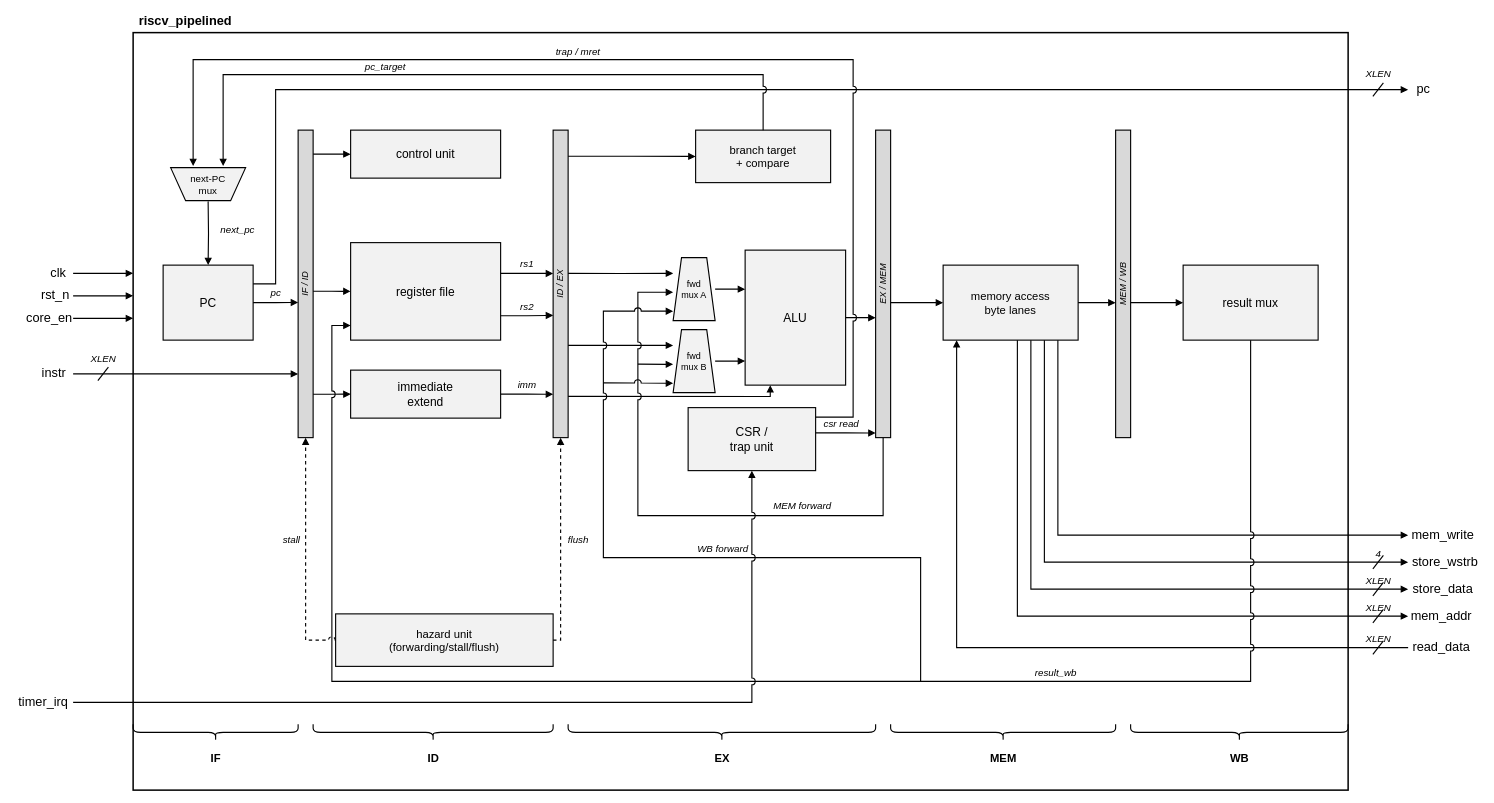
Earlier version of the draw.io diagram docs/pipeline_block.drawio (drewbabel/riscv-pipelined). Source tidied: cells renumbered, new cells numbered last; positions are measured from the earlier drawing's top-left corner, leaving out a move shared by most shapes. Both pictures are drawn from the tidied source at 75%, with x=0, y=0 at pixel (13, 13).
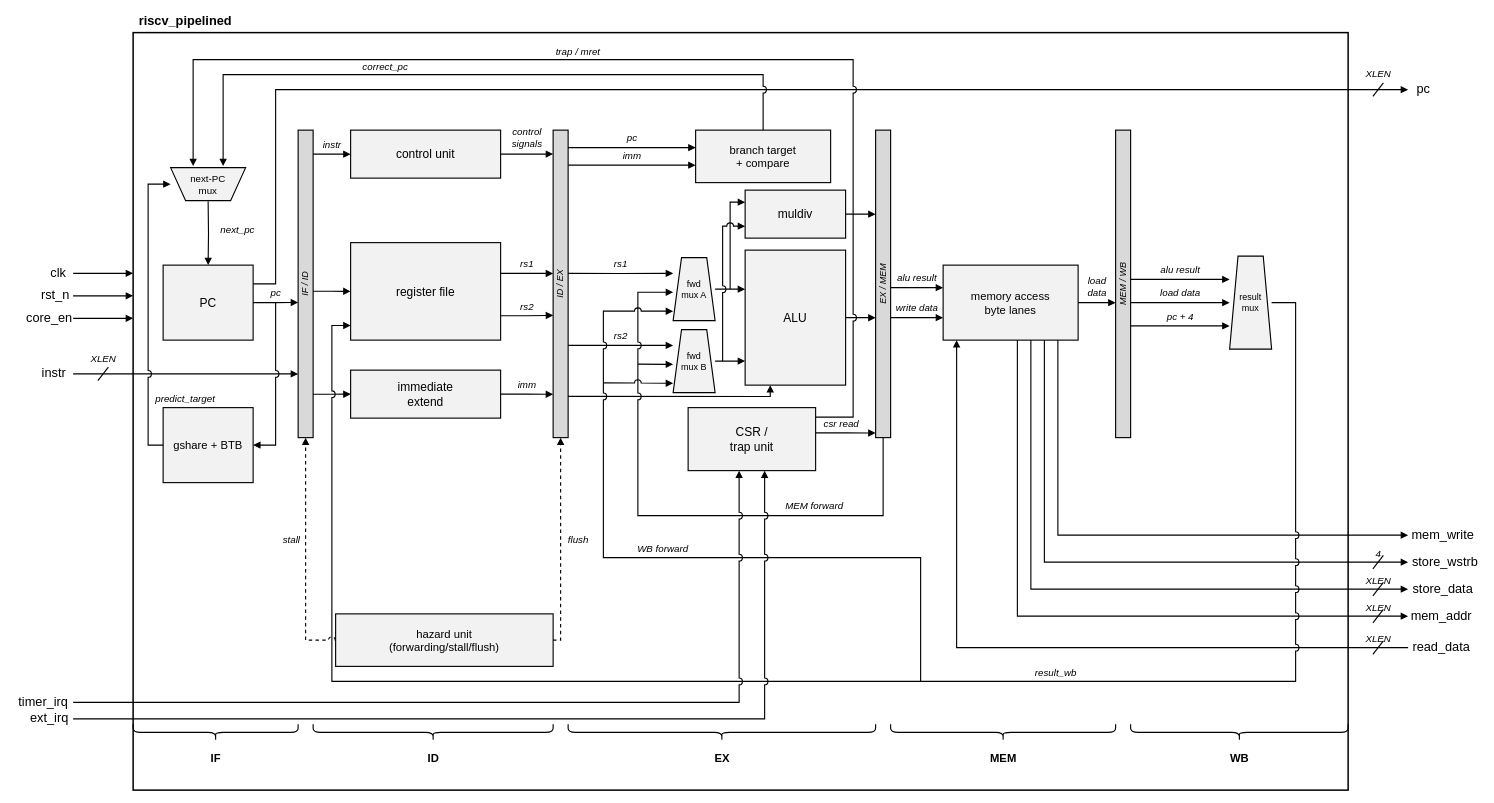
The same diagram, later.

Commit message (it also covers changes not shown here):
[docs] Add prediction and muldiv to diagram

The change refers to these unchanged cells:
```xml
<mxCell id="9" value="IF / ID" style="rounded=0;whiteSpace=wrap;html=1;fillColor=#d9d9d9;strokeColor=#000000;strokeWidth=1.5;align=center;verticalAlign=middle;fontSize=12;fontStyle=2;horizontal=0;" parent="1" vertex="1">
  <mxGeometry x="380" y="156" width="20" height="410" as="geometry" />
</mxCell>
<mxCell id="10" value="ID / EX" style="rounded=0;whiteSpace=wrap;html=1;fillColor=#d9d9d9;strokeColor=#000000;strokeWidth=1.5;align=center;verticalAlign=middle;fontSize=12;fontStyle=2;horizontal=0;" parent="1" vertex="1">
  <mxGeometry x="720" y="156" width="20" height="410" as="geometry" />
</mxCell>
<mxCell id="11" value="EX / MEM" style="rounded=0;whiteSpace=wrap;html=1;fillColor=#d9d9d9;strokeColor=#000000;strokeWidth=1.5;align=center;verticalAlign=middle;fontSize=12;fontStyle=2;horizontal=0;" parent="1" vertex="1">
  <mxGeometry x="1150" y="156" width="20" height="410" as="geometry" />
</mxCell>
<mxCell id="12" value="MEM / WB" style="rounded=0;whiteSpace=wrap;html=1;fillColor=#d9d9d9;strokeColor=#000000;strokeWidth=1.5;align=center;verticalAlign=middle;fontSize=12;fontStyle=2;horizontal=0;" parent="1" vertex="1">
  <mxGeometry x="1470" y="156" width="20" height="410" as="geometry" />
</mxCell>
<mxCell id="15" value="control unit" style="rounded=0;whiteSpace=wrap;html=1;fillColor=#f2f2f2;strokeColor=#000000;strokeWidth=1.5;align=center;verticalAlign=middle;fontSize=16;" parent="1" vertex="1">
  <mxGeometry x="450" y="156" width="200" height="64" as="geometry" />
</mxCell>
<mxCell id="16" value="register file" style="rounded=0;whiteSpace=wrap;html=1;fillColor=#f2f2f2;strokeColor=#000000;strokeWidth=1.5;align=center;verticalAlign=middle;fontSize=16;" parent="1" vertex="1">
  <mxGeometry x="450" y="306" width="200" height="130" as="geometry" />
</mxCell>
<mxCell id="18" value="branch target&#10;+ compare" style="rounded=0;whiteSpace=wrap;html=1;fillColor=#f2f2f2;strokeColor=#000000;strokeWidth=1.5;align=center;verticalAlign=middle;fontSize=15;" parent="1" vertex="1">
  <mxGeometry x="910" y="156" width="180" height="70" as="geometry" />
</mxCell>
<mxCell id="19" value="fwd&#10;mux A" style="shape=trapezoid;perimeter=trapezoidPerimeter;direction=east;whiteSpace=wrap;html=1;fillColor=#f2f2f2;strokeColor=#000000;strokeWidth=1.5;align=center;verticalAlign=middle;fontSize=12;" parent="1" vertex="1">
  <mxGeometry x="880" y="326" width="56" height="84" as="geometry" />
</mxCell>
<mxCell id="20" value="fwd&#10;mux B" style="shape=trapezoid;perimeter=trapezoidPerimeter;direction=east;whiteSpace=wrap;html=1;fillColor=#f2f2f2;strokeColor=#000000;strokeWidth=1.5;align=center;verticalAlign=middle;fontSize=12;" parent="1" vertex="1">
  <mxGeometry x="880" y="422" width="56" height="84" as="geometry" />
</mxCell>
<mxCell id="21" value="ALU" style="rounded=0;whiteSpace=wrap;html=1;fillColor=#f2f2f2;strokeColor=#000000;strokeWidth=1.5;align=center;verticalAlign=middle;fontSize=16;" parent="1" vertex="1">
  <mxGeometry x="976" y="316" width="134" height="180" as="geometry" />
</mxCell>
<mxCell id="22" value="CSR /&#10;trap unit" style="rounded=0;whiteSpace=wrap;html=1;fillColor=#f2f2f2;strokeColor=#000000;strokeWidth=1.5;align=center;verticalAlign=middle;fontSize=16;" parent="1" vertex="1">
  <mxGeometry x="900" y="526" width="170" height="84" as="geometry" />
</mxCell>
<mxCell id="23" value="memory access&#10;byte lanes" style="rounded=0;whiteSpace=wrap;html=1;fillColor=#f2f2f2;strokeColor=#000000;strokeWidth=1.5;align=center;verticalAlign=middle;fontSize=15;" parent="1" vertex="1">
  <mxGeometry x="1240" y="336" width="180" height="100" as="geometry" />
</mxCell>
<mxCell id="30" value="timer_irq" style="text;html=1;align=center;verticalAlign=middle;fontSize=17;fillColor=none;strokeColor=none;" parent="1" vertex="1">
  <mxGeometry y="908" width="80" height="22" as="geometry" />
</mxCell>
```

Change to the diagram source:
```diff
@@
-    <mxCell id="24" value="result mux" style="rounded=0;whiteSpace=wrap;html=1;fillColor=#f2f2f2;strokeColor=#000000;strokeWidth=1.5;align=center;verticalAlign=middle;fontSize=16;" parent="1" vertex="1">
-      <mxGeometry x="1560" y="336" width="180" height="100" as="geometry" />
+    <mxCell id="24" value="result&#10;mux" style="shape=trapezoid;perimeter=trapezoidPerimeter;direction=east;whiteSpace=wrap;html=1;fillColor=#f2f2f2;strokeColor=#000000;strokeWidth=1.5;align=center;verticalAlign=middle;fontSize=12;" parent="1" vertex="1">
+      <mxGeometry x="1622" y="324" width="56" height="124" as="geometry" />
     </mxCell>
@@
-    <mxCell id="45" style="edgeStyle=orthogonalEdgeStyle;rounded=0;html=1;strokeColor=#000000;strokeWidth=1.5;endArrow=block;endFill=1;exitX=1;exitY=0.078;entryX=0;entryY=0.5;" parent="1" edge="1" source="9" target="15">
-      <mxGeometry relative="1" as="geometry" />
+    <mxCell id="45" value="instr" style="edgeStyle=orthogonalEdgeStyle;rounded=0;html=1;strokeColor=#000000;strokeWidth=1.5;endArrow=block;endFill=1;labelBackgroundColor=#ffffff;fontStyle=2;fontSize=13;exitX=1;exitY=0.078;entryX=0;entryY=0.5;" parent="1" edge="1" source="9" target="15">
+      <mxGeometry relative="1" as="geometry">
+        <mxPoint y="-13" as="offset" />
+      </mxGeometry>
     </mxCell>
@@
-    <mxCell id="51" style="edgeStyle=orthogonalEdgeStyle;rounded=0;html=1;strokeColor=#000000;strokeWidth=1.5;endArrow=block;endFill=1;exitX=1;exitY=0.466;entryX=0;entryY=0.25;entryPerimeter=0;" parent="1" edge="1" source="10" target="19">
-      <mxGeometry relative="1" as="geometry" />
+    <mxCell id="51" value="rs1" style="edgeStyle=orthogonalEdgeStyle;rounded=0;html=1;strokeColor=#000000;strokeWidth=1.5;endArrow=block;endFill=1;labelBackgroundColor=#ffffff;fontStyle=2;fontSize=13;exitX=1;exitY=0.466;entryX=0;entryY=0.25;entryPerimeter=0;" parent="1" edge="1" source="10" target="19">
+      <mxGeometry relative="1" as="geometry">
+        <mxPoint y="-13" as="offset" />
+      </mxGeometry>
     </mxCell>
-    <mxCell id="52" style="edgeStyle=orthogonalEdgeStyle;rounded=0;html=1;strokeColor=#000000;strokeWidth=1.5;endArrow=block;endFill=1;exitX=1;exitY=0.7;entryX=0;entryY=0.25;entryPerimeter=0;" parent="1" edge="1" source="10" target="20">
-      <mxGeometry relative="1" as="geometry" />
+    <mxCell id="52" value="rs2" style="edgeStyle=orthogonalEdgeStyle;rounded=0;html=1;strokeColor=#000000;strokeWidth=1.5;endArrow=block;endFill=1;labelBackgroundColor=#ffffff;fontStyle=2;fontSize=13;exitX=1;exitY=0.7;entryX=0;entryY=0.25;entryPerimeter=0;" parent="1" edge="1" source="10" target="20">
+      <mxGeometry relative="1" as="geometry">
+        <mxPoint y="-13" as="offset" />
+      </mxGeometry>
     </mxCell>
@@
-    <mxCell id="55" style="edgeStyle=orthogonalEdgeStyle;rounded=0;html=1;strokeColor=#000000;strokeWidth=1.5;endArrow=block;endFill=1;exitX=1;exitY=0.085;entryX=0;entryY=0.5;" parent="1" edge="1" source="10" target="18">
-      <mxGeometry relative="1" as="geometry" />
-    </mxCell>
+    <mxCell id="98" value="pc" style="edgeStyle=orthogonalEdgeStyle;rounded=0;html=1;strokeColor=#000000;strokeWidth=1.5;endArrow=block;endFill=1;labelBackgroundColor=#ffffff;fontStyle=2;fontSize=13;exitX=1;exitY=0.0568;entryX=0;entryY=0.3333;" parent="1" edge="1" source="10" target="18">
+      <mxGeometry relative="1" as="geometry">
+        <mxPoint y="-13" as="offset" />
+      </mxGeometry>
+    </mxCell>
+    <mxCell id="99" value="imm" style="edgeStyle=orthogonalEdgeStyle;rounded=0;html=1;strokeColor=#000000;strokeWidth=1.5;endArrow=block;endFill=1;labelBackgroundColor=#ffffff;fontStyle=2;fontSize=13;exitX=1;exitY=0.1139;entryX=0;entryY=0.6667;" parent="1" edge="1" source="10" target="18">
+      <mxGeometry relative="1" as="geometry">
+        <mxPoint y="-13" as="offset" />
+      </mxGeometry>
+    </mxCell>
@@
     <mxCell id="57" style="edgeStyle=orthogonalEdgeStyle;rounded=0;html=1;strokeColor=#000000;strokeWidth=1.5;endArrow=block;endFill=1;exitX=1;exitY=0.5;entryX=0;entryY=0.61;" parent="1" edge="1" source="21" target="11">
-      <mxGeometry relative="1" as="geometry">
-        <mxPoint y="-13" as="offset" />
-      </mxGeometry>
+      <mxGeometry relative="1" as="geometry" />
     </mxCell>
@@
-    <mxCell id="59" style="edgeStyle=orthogonalEdgeStyle;rounded=0;html=1;strokeColor=#000000;strokeWidth=1.5;endArrow=block;endFill=1;exitX=1;exitY=0.561;entryX=0;entryY=0.5;" parent="1" edge="1" source="11" target="23">
-      <mxGeometry relative="1" as="geometry" />
-    </mxCell>
+    <mxCell id="100" value="alu result" style="edgeStyle=orthogonalEdgeStyle;rounded=0;html=1;strokeColor=#000000;strokeWidth=1.5;endArrow=block;endFill=1;labelBackgroundColor=#ffffff;fontStyle=2;fontSize=13;exitX=1;exitY=0.5122;entryX=0;entryY=0.3;" parent="1" edge="1" source="11" target="23">
+      <mxGeometry relative="1" as="geometry">
+        <mxPoint y="-13" as="offset" />
+      </mxGeometry>
+    </mxCell>
+    <mxCell id="101" value="write data" style="edgeStyle=orthogonalEdgeStyle;rounded=0;html=1;strokeColor=#000000;strokeWidth=1.5;endArrow=block;endFill=1;labelBackgroundColor=#ffffff;fontStyle=2;fontSize=13;exitX=1;exitY=0.6098;entryX=0;entryY=0.7;" parent="1" edge="1" source="11" target="23">
+      <mxGeometry relative="1" as="geometry">
+        <mxPoint y="-13" as="offset" />
+      </mxGeometry>
+    </mxCell>
-    <mxCell id="60" style="edgeStyle=orthogonalEdgeStyle;rounded=0;html=1;strokeColor=#000000;strokeWidth=1.5;endArrow=block;endFill=1;exitX=1;exitY=0.5;entryX=0;entryY=0.561;" parent="1" edge="1" source="23" target="12">
-      <mxGeometry relative="1" as="geometry" />
+    <mxCell id="60" value="load&#10;data" style="edgeStyle=orthogonalEdgeStyle;rounded=0;html=1;strokeColor=#000000;strokeWidth=1.5;endArrow=block;endFill=1;labelBackgroundColor=#ffffff;fontStyle=2;fontSize=13;exitX=1;exitY=0.5;entryX=0;entryY=0.561;" parent="1" edge="1" source="23" target="12">
+      <mxGeometry relative="1" as="geometry">
+        <mxPoint y="-22" as="offset" />
+      </mxGeometry>
     </mxCell>
-    <mxCell id="61" style="edgeStyle=orthogonalEdgeStyle;rounded=0;html=1;strokeColor=#000000;strokeWidth=1.5;endArrow=block;endFill=1;exitX=1;exitY=0.561;entryX=0;entryY=0.5;" parent="1" edge="1" source="12" target="24">
-      <mxGeometry relative="1" as="geometry" />
-    </mxCell>
+    <mxCell id="102" value="alu result" style="edgeStyle=orthogonalEdgeStyle;rounded=0;html=1;strokeColor=#000000;strokeWidth=1.5;endArrow=block;endFill=1;labelBackgroundColor=#ffffff;fontStyle=2;fontSize=13;exitX=1;exitY=0.4854;entryX=0;entryY=0.25;entryPerimeter=0;" parent="1" edge="1" source="12" target="24">
+      <mxGeometry relative="1" as="geometry">
+        <mxPoint y="-13" as="offset" />
+      </mxGeometry>
+    </mxCell>
+    <mxCell id="103" value="load data" style="edgeStyle=orthogonalEdgeStyle;rounded=0;html=1;strokeColor=#000000;strokeWidth=1.5;endArrow=block;endFill=1;labelBackgroundColor=#ffffff;fontStyle=2;fontSize=13;exitX=1;exitY=0.561;entryX=0;entryY=0.5;entryPerimeter=0;" parent="1" edge="1" source="12" target="24">
+      <mxGeometry relative="1" as="geometry">
+        <mxPoint y="-13" as="offset" />
+      </mxGeometry>
+    </mxCell>
+    <mxCell id="104" value="pc + 4" style="edgeStyle=orthogonalEdgeStyle;rounded=0;html=1;strokeColor=#000000;strokeWidth=1.5;endArrow=block;endFill=1;labelBackgroundColor=#ffffff;fontStyle=2;fontSize=13;exitX=1;exitY=0.6366;entryX=0;entryY=0.75;entryPerimeter=0;" parent="1" edge="1" source="12" target="24">
+      <mxGeometry relative="1" as="geometry">
+        <mxPoint y="-13" as="offset" />
+      </mxGeometry>
+    </mxCell>
@@
-    <mxCell id="65" value="pc_target" style="edgeStyle=orthogonalEdgeStyle;rounded=0;html=1;strokeColor=#000000;strokeWidth=1.5;endArrow=block;endFill=1;labelBackgroundColor=#ffffff;fontStyle=2;fontSize=13;jumpStyle=arc;jumpSize=8;exitX=0.5;exitY=0;" parent="1" edge="1" source="18">
+    <mxCell id="65" value="correct_pc" style="edgeStyle=orthogonalEdgeStyle;rounded=0;html=1;strokeColor=#000000;strokeWidth=1.5;endArrow=block;endFill=1;labelBackgroundColor=#ffffff;fontStyle=2;fontSize=13;jumpStyle=arc;jumpSize=8;exitX=0.5;exitY=0;" parent="1" edge="1" source="18">
       <mxGeometry relative="1" as="geometry">
         <mxPoint x="280" y="204" as="targetPoint" />
         <Array as="points">
           <mxPoint x="1000" y="82" />
           <mxPoint x="280" y="82" />
         </Array>
         <mxPoint x="-120" y="-11" as="offset" />
       </mxGeometry>
     </mxCell>
@@
-    <mxCell id="72" style="edgeStyle=orthogonalEdgeStyle;rounded=0;html=1;strokeColor=#000000;strokeWidth=1.5;endArrow=block;endFill=1;jumpStyle=arc;jumpSize=8;exitX=0.5;exitY=1;entryX=0;entryY=0.85;" parent="1" edge="1" source="24" target="16">
+    <mxCell id="72" style="edgeStyle=orthogonalEdgeStyle;rounded=0;html=1;strokeColor=#000000;strokeWidth=1.5;endArrow=block;endFill=1;jumpStyle=arc;jumpSize=8;exitX=1;exitY=0.5;exitPerimeter=0;entryX=0;entryY=0.85;" parent="1" edge="1" source="24" target="16">
       <mxGeometry relative="1" as="geometry">
         <Array as="points">
-          <mxPoint x="1650" y="891" />
+          <mxPoint x="1710" y="386" />
+          <mxPoint x="1710" y="891" />
           <mxPoint x="425" y="891" />
           <mxPoint x="425" y="416" />
         </Array>
       </mxGeometry>
     </mxCell>
@@
     <mxCell id="79" value="MEM forward" style="text;html=1;align=center;fontStyle=2;fontSize=13;fillColor=none;strokeColor=none;" parent="1" vertex="1">
-      <mxGeometry x="1000" y="642" width="104" height="18" as="geometry" />
+      <mxGeometry x="1016" y="642" width="104" height="18" as="geometry" />
     </mxCell>
@@
     <mxCell id="82" value="WB forward" style="text;html=1;align=center;fontStyle=2;fontSize=13;fillColor=none;strokeColor=none;" parent="1" vertex="1">
-      <mxGeometry x="900" y="700" width="92" height="18" as="geometry" />
+      <mxGeometry x="820" y="700" width="92" height="18" as="geometry" />
     </mxCell>
@@
-    <mxCell id="84" style="edgeStyle=orthogonalEdgeStyle;rounded=0;html=1;strokeColor=#000000;strokeWidth=1.5;endArrow=block;endFill=1;jumpStyle=arc;jumpSize=8;exitX=1;exitY=0.5;entryX=0.5;entryY=1;" parent="1" edge="1" source="30" target="22">
+    <mxCell id="84" style="edgeStyle=orthogonalEdgeStyle;rounded=0;html=1;strokeColor=#000000;strokeWidth=1.5;endArrow=block;endFill=1;jumpStyle=arc;jumpSize=8;exitX=1;exitY=0.5;entryX=0.4;entryY=1;" parent="1" edge="1" source="30" target="22">
       <mxGeometry relative="1" as="geometry">
         <Array as="points">
-          <mxPoint x="985" y="919" />
+          <mxPoint x="968" y="919" />
         </Array>
       </mxGeometry>
     </mxCell>
@@
+    <mxCell id="105" value="gshare + BTB" style="rounded=0;whiteSpace=wrap;html=1;fillColor=#f2f2f2;strokeColor=#000000;strokeWidth=1.5;align=center;verticalAlign=middle;fontSize=15;" parent="1" vertex="1">
+      <mxGeometry x="200" y="526" width="120" height="100" as="geometry" />
+    </mxCell>
+    <mxCell id="106" style="edgeStyle=orthogonalEdgeStyle;rounded=0;html=1;strokeColor=#000000;strokeWidth=1.5;endArrow=block;endFill=1;jumpStyle=arc;jumpSize=8;entryX=1;entryY=0.5;" parent="1" edge="1" target="105">
+      <mxGeometry relative="1" as="geometry">
+        <mxPoint x="350" y="386" as="sourcePoint" />
+        <Array as="points">
+          <mxPoint x="350" y="576" />
+        </Array>
+      </mxGeometry>
+    </mxCell>
+    <mxCell id="107" style="edgeStyle=orthogonalEdgeStyle;rounded=0;html=1;strokeColor=#000000;strokeWidth=1.5;endArrow=block;endFill=1;jumpStyle=arc;jumpSize=8;exitX=0;exitY=0.5;" parent="1" edge="1" source="105">
+      <mxGeometry relative="1" as="geometry">
+        <mxPoint x="210" y="228" as="targetPoint" />
+        <Array as="points">
+          <mxPoint x="180" y="576" />
+          <mxPoint x="180" y="228" />
+        </Array>
+      </mxGeometry>
+    </mxCell>
+    <mxCell id="108" value="muldiv" style="rounded=0;whiteSpace=wrap;html=1;fillColor=#f2f2f2;strokeColor=#000000;strokeWidth=1.5;align=center;verticalAlign=middle;fontSize=16;" parent="1" vertex="1">
+      <mxGeometry x="976" y="236" width="134" height="64" as="geometry" />
+    </mxCell>
+    <mxCell id="109" style="edgeStyle=orthogonalEdgeStyle;rounded=0;html=1;strokeColor=#000000;strokeWidth=1.5;endArrow=block;endFill=1;entryX=0;entryY=0.25;" parent="1" edge="1" target="108">
+      <mxGeometry relative="1" as="geometry">
+        <mxPoint x="956" y="368" as="sourcePoint" />
+        <Array as="points">
+          <mxPoint x="956" y="252" />
+        </Array>
+      </mxGeometry>
+    </mxCell>
+    <mxCell id="110" style="edgeStyle=orthogonalEdgeStyle;rounded=0;html=1;strokeColor=#000000;strokeWidth=1.5;endArrow=block;endFill=1;jumpStyle=arc;jumpSize=8;entryX=0;entryY=0.75;" parent="1" edge="1" target="108">
+      <mxGeometry relative="1" as="geometry">
+        <mxPoint x="946" y="464" as="sourcePoint" />
+        <Array as="points">
+          <mxPoint x="946" y="284" />
+        </Array>
+      </mxGeometry>
+    </mxCell>
+    <mxCell id="111" style="edgeStyle=orthogonalEdgeStyle;rounded=0;html=1;strokeColor=#000000;strokeWidth=1.5;endArrow=block;endFill=1;exitX=1;exitY=0.5;entryX=0;entryY=0.2732;" parent="1" edge="1" source="108" target="11">
+      <mxGeometry relative="1" as="geometry" />
+    </mxCell>
+    <mxCell id="112" value="ext_irq" style="text;html=1;align=center;verticalAlign=middle;fontSize=17;fillColor=none;strokeColor=none;" parent="1" vertex="1">
+      <mxGeometry x="16" y="930" width="64" height="22" as="geometry" />
+    </mxCell>
+    <mxCell id="113" style="edgeStyle=orthogonalEdgeStyle;rounded=0;html=1;strokeColor=#000000;strokeWidth=1.5;endArrow=block;endFill=1;jumpStyle=arc;jumpSize=8;exitX=1;exitY=0.5;entryX=0.6;entryY=1;" parent="1" edge="1" source="112" target="22">
+      <mxGeometry relative="1" as="geometry">
+        <Array as="points">
+          <mxPoint x="1002" y="941" />
+        </Array>
+      </mxGeometry>
+    </mxCell>
+    <mxCell id="114" value="control&#10;signals" style="edgeStyle=orthogonalEdgeStyle;rounded=0;html=1;strokeColor=#000000;strokeWidth=1.5;endArrow=block;endFill=1;labelBackgroundColor=#ffffff;fontStyle=2;fontSize=13;exitX=1;exitY=0.5;entryX=0;entryY=0.078;" parent="1" edge="1" source="15" target="10">
+      <mxGeometry relative="1" as="geometry">
+        <mxPoint y="-22" as="offset" />
+      </mxGeometry>
+    </mxCell>
+    <mxCell id="115" value="predict_target" style="text;html=1;align=left;fontStyle=2;fontSize=13;fillColor=none;strokeColor=none;" parent="1" vertex="1">
+      <mxGeometry x="188" y="500" width="110" height="18" as="geometry" />
+    </mxCell>
```
